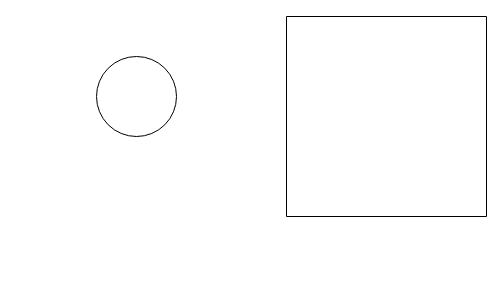
The draw.io diagram test.drawio in pynojs/drawio, before the edit. Source tidied: cells renumbered, new cells numbered last; positions are measured from the earlier drawing's top-left corner, leaving out a move shared by most shapes. Both pictures are drawn from the tidied source at 100%, with x=0, y=0 at pixel (96, 16).
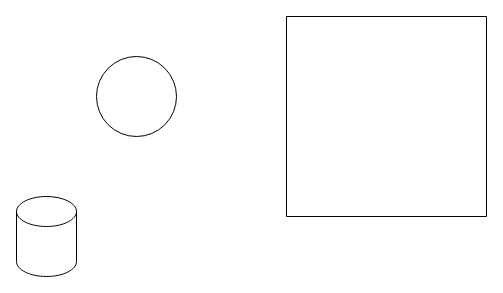
Above is the later version.

The edit, as a diff of the source:
```diff
@@
 <mxGraphModel>
   <root>
     <mxCell id="0" />
     <mxCell id="1" parent="0" />
     <mxCell id="2" style="ellipse;whiteSpace=wrap;html=1;" parent="1" vertex="1">
       <mxGeometry y="40" width="80" height="80" as="geometry" />
     </mxCell>
     <mxCell id="3" style="swimlane;startSize=0;" parent="1" vertex="1">
       <mxGeometry x="190" width="200" height="200" as="geometry" />
     </mxCell>
+    <mxCell id="4" style="shape=cylinder3;whiteSpace=wrap;html=1;boundedLbl=1;backgroundOutline=1;size=15;" parent="1" vertex="1">
+      <mxGeometry x="-80" y="180" width="60" height="80" as="geometry" />
+    </mxCell>
   </root>
 </mxGraphModel>
```
